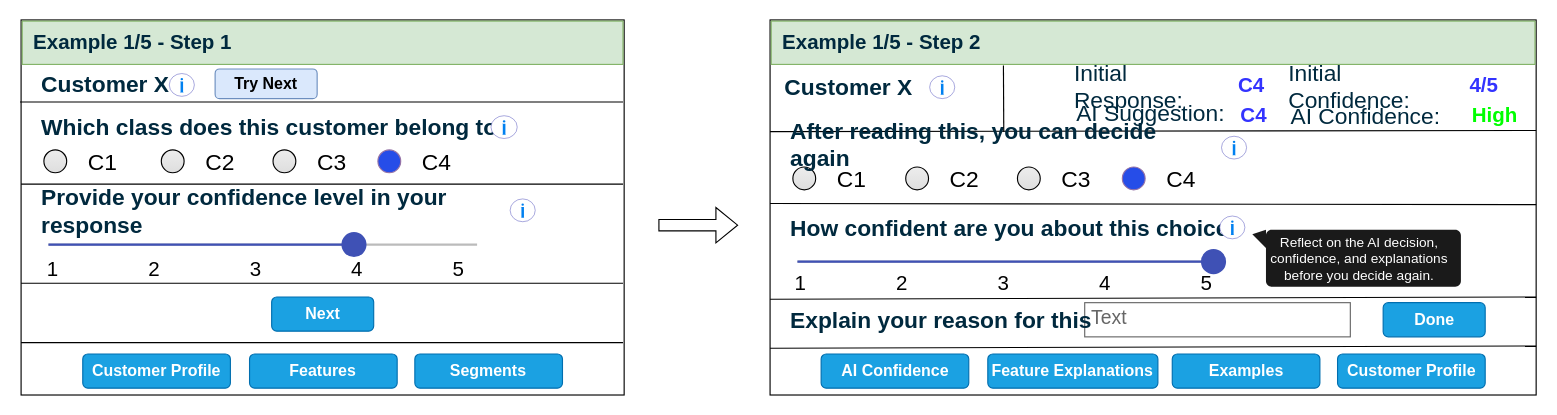
This is page "Page-1" (1 of 2) of ext/iui_interface_01.drawio from raeeschaudhary/Coursera_Exams, a draw.io file, before an edit. Source tidied: cells renumbered, new cells numbered last; positions are measured from the earlier drawing's top-left corner, leaving out a move shared by most shapes. Both pictures are drawn from the tidied source at 114%, with x=0, y=0 at pixel (19, 19).
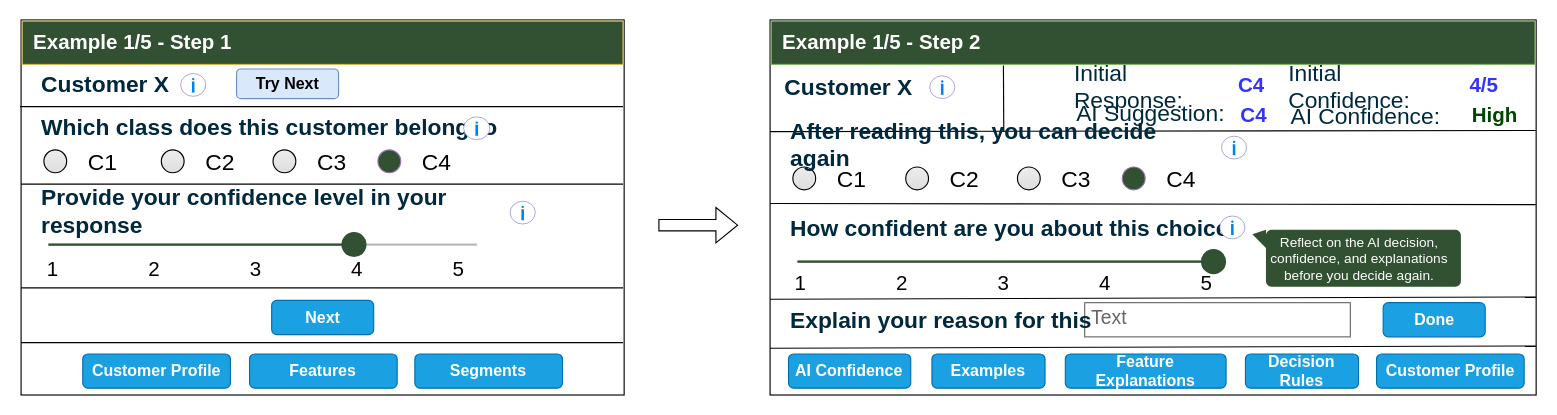
After the change.

Unchanged cells that the change refers to:
```xml
<mxCell id="20" style="group;" parent="1" vertex="1">
  <mxGeometry x="286" y="114" width="67.2" height="20" as="geometry" />
</mxCell>
<mxCell id="23" style="group;" parent="1" vertex="1">
  <mxGeometry x="22.2" y="187" width="386" height="45" as="geometry" />
</mxCell>
<mxCell id="52" style="group;" parent="1" vertex="1">
  <mxGeometry x="967" y="129" width="67.2" height="20" as="geometry" />
</mxCell>
<mxCell id="55" style="group;" parent="1" vertex="1">
  <mxGeometry x="679.2" y="191" width="386" height="45" as="geometry" />
</mxCell>
<mxCell id="76" style="group;fontSize=11;" parent="1" vertex="1">
  <mxGeometry x="864" y="81" width="405" height="20" as="geometry" />
</mxCell>
```

The edit, as a diff of the source:
```diff
@@
-    <mxCell id="4" style="rounded=0;whiteSpace=wrap;html=1;fillColor=#d5e8d4;fillStyle=solid;strokeColor=#82b366;fontFamily=corbel;labelBorderColor=none;" parent="1" vertex="1">
+    <mxCell id="4" style="rounded=0;whiteSpace=wrap;html=1;fillColor=light-dark(#325032, #281d00);fillStyle=solid;fontFamily=corbel;labelBorderColor=none;strokeColor=#d6b656;gradientColor=none;" parent="1" vertex="1">
       <mxGeometry x="2" y="1" width="527" height="38" as="geometry" />
     </mxCell>
-    <mxCell id="5" value="&lt;font face=&quot;Helvetica&quot;&gt;Example 1/5 - Step 1&lt;/font&gt;" style="text;html=1;align=left;verticalAlign=middle;whiteSpace=wrap;rounded=0;fontColor=#00293E;fontStyle=1;fontSize=18;fontFamily=corbel;" parent="1" vertex="1">
+    <mxCell id="5" value="&lt;font face=&quot;Helvetica&quot;&gt;Example 1/5 - Step 1&lt;/font&gt;" style="text;html=1;align=left;verticalAlign=middle;whiteSpace=wrap;rounded=0;fontColor=#FFFFFF;fontStyle=1;fontSize=18;fontFamily=corbel;" parent="1" vertex="1">
       <mxGeometry x="10" y="10" width="300" height="20" as="geometry" />
     </mxCell>
@@
     <mxCell id="7" style="html=1;verticalLabelPosition=bottom;labelBackgroundColor=#ffffff;verticalAlign=top;shadow=0;dashed=0;strokeWidth=2;shape=mxgraph.ios7.misc.info;strokeColor=#4242B6;sketch=0;" parent="1" vertex="1">
-      <mxGeometry x="131" y="47" width="22" height="20" as="geometry" />
+      <mxGeometry x="141" y="47" width="22" height="20" as="geometry" />
     </mxCell>
     <mxCell id="8" value="Try Next" style="rounded=1;fillColor=#dae8fc;align=center;strokeColor=#6c8ebf;html=1;whiteSpace=wrap;fontSize=14;sketch=0;fontStyle=1;fontFamily=corbel;" parent="1" vertex="1">
-      <mxGeometry x="171.2" y="43" width="89.5" height="26" as="geometry" />
+      <mxGeometry x="190" y="43" width="89.5" height="26" as="geometry" />
     </mxCell>
@@
     <mxCell id="10" style="html=1;verticalLabelPosition=bottom;labelBackgroundColor=#ffffff;verticalAlign=top;shadow=0;dashed=0;strokeWidth=2;shape=mxgraph.ios7.misc.info;strokeColor=#4242B6;sketch=0;" parent="1" vertex="1">
-      <mxGeometry x="413.2" y="84" width="23" height="20" as="geometry" />
+      <mxGeometry x="389.2" y="85" width="23" height="20" as="geometry" />
     </mxCell>
@@
-    <mxCell id="21" style="html=1;shadow=0;dashed=0;shape=mxgraph.bootstrap.radioButton2;labelPosition=right;verticalLabelPosition=middle;align=left;verticalAlign=middle;fillColor=light-dark(#264DE8,#392F3F);checked=0;spacing=5;checkedFill=#0085FC;checkedStroke=#ffffff;sketch=0;strokeColor=#9673a6;" parent="20" vertex="1">
+    <mxCell id="21" style="html=1;shadow=0;dashed=0;shape=mxgraph.bootstrap.radioButton2;labelPosition=right;verticalLabelPosition=middle;align=left;verticalAlign=middle;fillColor=light-dark(#325032, #392F3F);checked=0;spacing=5;checkedFill=#0085FC;checkedStroke=#ffffff;sketch=0;strokeColor=#9673a6;" parent="20" vertex="1">
       <mxGeometry x="28" width="20" height="20" as="geometry" />
     </mxCell>
@@
-    <mxCell id="24" style="dashed=0;verticalLabelPosition=bottom;verticalAlign=top;align=center;shape=mxgraph.gmdl.slider2;barPos=71.28;strokeColor=#3F51B5;opacity=100;strokeWidth=2;fillColor=#3F51B5;handleSize=20;shadow=0;html=1;" parent="23" vertex="1">
+    <mxCell id="24" style="dashed=0;verticalLabelPosition=bottom;verticalAlign=top;align=center;shape=mxgraph.gmdl.slider2;barPos=71.28;strokeColor=light-dark(#325132, #91a1f7);opacity=100;strokeWidth=2;fillColor=light-dark(#325032, #91a1f7);handleSize=20;shadow=0;html=1;" parent="23" vertex="1">
       <mxGeometry x="2.8" width="376" height="20" as="geometry" />
     </mxCell>
@@
     <mxCell id="30" value="Next" style="rounded=1;fillColor=#1ba1e2;align=center;strokeColor=#006EAF;html=1;whiteSpace=wrap;fontSize=14;sketch=0;fontStyle=1;fontFamily=corbel;fontColor=#ffffff;" parent="1" vertex="1">
-      <mxGeometry x="220.8" y="243" width="89.5" height="30" as="geometry" />
+      <mxGeometry x="220.8" y="246" width="89.5" height="30" as="geometry" />
     </mxCell>
@@
     <mxCell id="32" style="endArrow=none;html=1;rounded=0;" parent="1" edge="1">
       <mxGeometry relative="1" as="geometry">
-        <mxPoint x="1" y="231" as="sourcePoint" />
-        <mxPoint x="529" y="231" as="targetPoint" />
+        <mxPoint x="1" y="235" as="sourcePoint" />
+        <mxPoint x="529" y="235" as="targetPoint" />
       </mxGeometry>
     </mxCell>
@@
-    <mxCell id="38" style="rounded=0;whiteSpace=wrap;html=1;fillColor=#d5e8d4;fillStyle=solid;strokeColor=#82b366;fontFamily=corbel;labelBorderColor=none;" parent="1" vertex="1">
+    <mxCell id="38" style="rounded=0;whiteSpace=wrap;html=1;fillColor=light-dark(#325032, #1f2f1e);fillStyle=solid;strokeColor=#82b366;fontFamily=corbel;labelBorderColor=none;" parent="1" vertex="1">
       <mxGeometry x="659" y="1" width="670" height="38" as="geometry" />
     </mxCell>
-    <mxCell id="39" value="&lt;font face=&quot;Helvetica&quot;&gt;Example 1/5 - Step 2&lt;/font&gt;" style="text;html=1;align=left;verticalAlign=middle;whiteSpace=wrap;rounded=0;fontColor=#00293E;fontStyle=1;fontSize=18;fontFamily=corbel;" parent="1" vertex="1">
+    <mxCell id="39" value="&lt;font face=&quot;Helvetica&quot;&gt;Example 1/5 - Step 2&lt;/font&gt;" style="text;html=1;align=left;verticalAlign=middle;whiteSpace=wrap;rounded=0;fontColor=light-dark(#ffffff, #b3d6e8);fontStyle=1;fontSize=18;fontFamily=corbel;" parent="1" vertex="1">
       <mxGeometry x="667" y="10" width="300" height="20" as="geometry" />
     </mxCell>
@@
-    <mxCell id="53" style="html=1;shadow=0;dashed=0;shape=mxgraph.bootstrap.radioButton2;labelPosition=right;verticalLabelPosition=middle;align=left;verticalAlign=middle;fillColor=light-dark(#264DE8,#392F3F);checked=0;spacing=5;checkedFill=#0085FC;checkedStroke=#ffffff;sketch=0;strokeColor=#9673a6;" parent="52" vertex="1">
+    <mxCell id="53" style="html=1;shadow=0;dashed=0;shape=mxgraph.bootstrap.radioButton2;labelPosition=right;verticalLabelPosition=middle;align=left;verticalAlign=middle;fillColor=light-dark(#325032, #392F3F);checked=0;spacing=5;checkedFill=#0085FC;checkedStroke=#ffffff;sketch=0;strokeColor=#9673a6;" parent="52" vertex="1">
       <mxGeometry width="20" height="20" as="geometry" />
     </mxCell>
@@
-    <mxCell id="56" style="dashed=0;verticalLabelPosition=bottom;verticalAlign=top;align=center;shape=mxgraph.gmdl.slider2;barPos=97.07;strokeColor=#3F51B5;opacity=100;strokeWidth=2;fillColor=#3F51B5;handleSize=20;shadow=0;html=1;" parent="55" vertex="1">
+    <mxCell id="56" style="dashed=0;verticalLabelPosition=bottom;verticalAlign=top;align=center;shape=mxgraph.gmdl.slider2;barPos=97.07;strokeColor=light-dark(#325032, #91a1f7);opacity=100;strokeWidth=2;fillColor=light-dark(#325032, #91a1f7);handleSize=20;shadow=0;html=1;" parent="55" vertex="1">
       <mxGeometry x="2.8" y="11" width="376" height="20" as="geometry" />
     </mxCell>
@@
     <mxCell id="67" value="AI Confidence" style="rounded=1;fillColor=#1ba1e2;align=center;strokeColor=#006EAF;html=1;whiteSpace=wrap;fontSize=14;sketch=0;fontStyle=1;fontFamily=corbel;fontColor=#ffffff;" parent="1" vertex="1">
-      <mxGeometry x="702.8" y="293" width="129.5" height="30" as="geometry" />
+      <mxGeometry x="674.2" y="293" width="107.2" height="30" as="geometry" />
     </mxCell>
     <mxCell id="68" value="Feature Explanations" style="rounded=1;fillColor=#1ba1e2;align=center;strokeColor=#006EAF;html=1;whiteSpace=wrap;fontSize=14;sketch=0;fontStyle=1;fontFamily=corbel;fontColor=#ffffff;" parent="1" vertex="1">
-      <mxGeometry x="849" y="293" width="149.2" height="30" as="geometry" />
+      <mxGeometry x="917" y="293" width="141" height="30" as="geometry" />
     </mxCell>
     <mxCell id="69" value="Examples" style="rounded=1;fillColor=#1ba1e2;align=center;strokeColor=#006EAF;html=1;whiteSpace=wrap;fontSize=14;sketch=0;fontStyle=1;fontFamily=corbel;fontColor=#ffffff;" parent="1" vertex="1">
-      <mxGeometry x="1010.8" y="293" width="129.5" height="30" as="geometry" />
+      <mxGeometry x="800" y="293" width="99.2" height="30" as="geometry" />
     </mxCell>
     <mxCell id="70" style="html=1;verticalLabelPosition=bottom;labelBackgroundColor=#ffffff;verticalAlign=top;shadow=0;dashed=0;strokeWidth=2;shape=mxgraph.ios7.misc.info;strokeColor=#4242B6;sketch=0;" parent="1" vertex="1">
-      <mxGeometry x="430" y="157" width="22" height="20" as="geometry" />
+      <mxGeometry x="430" y="159" width="22" height="20" as="geometry" />
     </mxCell>
@@
-    <mxCell id="79" value="High" style="text;html=1;align=left;verticalAlign=middle;whiteSpace=wrap;rounded=0;fontColor=light-dark(#00FF00,#B3D6E8);fontStyle=1;fontSize=18;fontFamily=Helvetica;" parent="76" vertex="1">
+    <mxCell id="79" value="High" style="text;html=1;align=left;verticalAlign=middle;whiteSpace=wrap;rounded=0;fontColor=light-dark(#004600,#B3D6E8);fontStyle=1;fontSize=18;fontFamily=Helvetica;" parent="76" vertex="1">
       <mxGeometry x="408" y="-7" width="43" height="20" as="geometry" />
     </mxCell>
@@
-    <mxCell id="86" value="Reflect on the AI decision, confidence, and explanations before you decide again." style="html=1;shadow=0;dashed=0;shape=mxgraph.bootstrap.popover;fillColor=#1A1A1A;strokeColor=none;dx=4;dy=12;rSize=5;whiteSpace=wrap;verticalAlign=top;spacing=10;fontSize=12;spacingLeft=0;align=center;spacingTop=-10;fontColor=#FFFFFF;direction=south;spacingLeft=5;" parent="1" vertex="1">
+    <mxCell id="86" value="Reflect on the AI decision, confidence, and explanations before you decide again." style="html=1;shadow=0;dashed=0;shape=mxgraph.bootstrap.popover;fillColor=light-dark(#325032, #d7d7d7);strokeColor=none;dx=4;dy=12;rSize=5;whiteSpace=wrap;verticalAlign=top;spacing=10;fontSize=12;spacingLeft=0;align=center;spacingTop=-10;fontColor=#FFFFFF;direction=south;spacingLeft=5;" parent="1" vertex="1">
       <mxGeometry x="1081" y="184" width="183" height="50" as="geometry" />
     </mxCell>
     <mxCell id="87" value="Customer Profile" style="rounded=1;fillColor=#1ba1e2;align=center;strokeColor=#006EAF;html=1;whiteSpace=wrap;fontSize=14;sketch=0;fontStyle=1;fontFamily=corbel;fontColor=#ffffff;" parent="1" vertex="1">
-      <mxGeometry x="1155.8" y="293" width="129.5" height="30" as="geometry" />
+      <mxGeometry x="1190" y="293" width="129.5" height="30" as="geometry" />
     </mxCell>
@@
     <mxCell id="89" style="endArrow=none;html=1;rounded=0;" parent="1" edge="1">
       <mxGeometry relative="1" as="geometry">
-        <mxPoint y="72" as="sourcePoint" />
-        <mxPoint x="529" y="72" as="targetPoint" />
+        <mxPoint y="76" as="sourcePoint" />
+        <mxPoint x="529" y="76" as="targetPoint" />
       </mxGeometry>
     </mxCell>
@@
+    <mxCell id="91" value="Decision Rules" style="rounded=1;fillColor=#1ba1e2;align=center;strokeColor=#006EAF;html=1;whiteSpace=wrap;fontSize=14;sketch=0;fontStyle=1;fontFamily=corbel;fontColor=#ffffff;" parent="1" vertex="1">
+      <mxGeometry x="1075" y="293" width="99.2" height="30" as="geometry" />
+    </mxCell>
```
